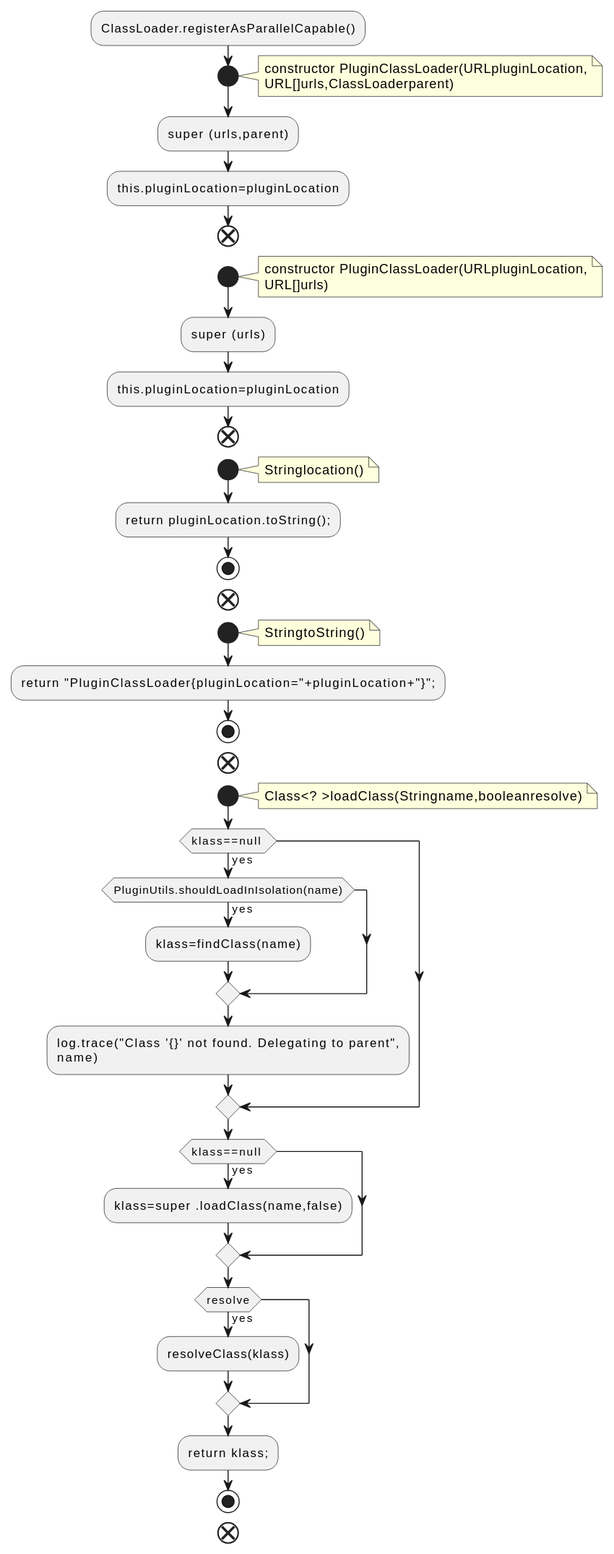
The PlantUML diagram docs/qc/connect/runtime/src/main/java/org/apache/kafka/connect/runtime/isolation/PluginClassLoader.java.fct.svg in qualitesys/kafka, before a commit.
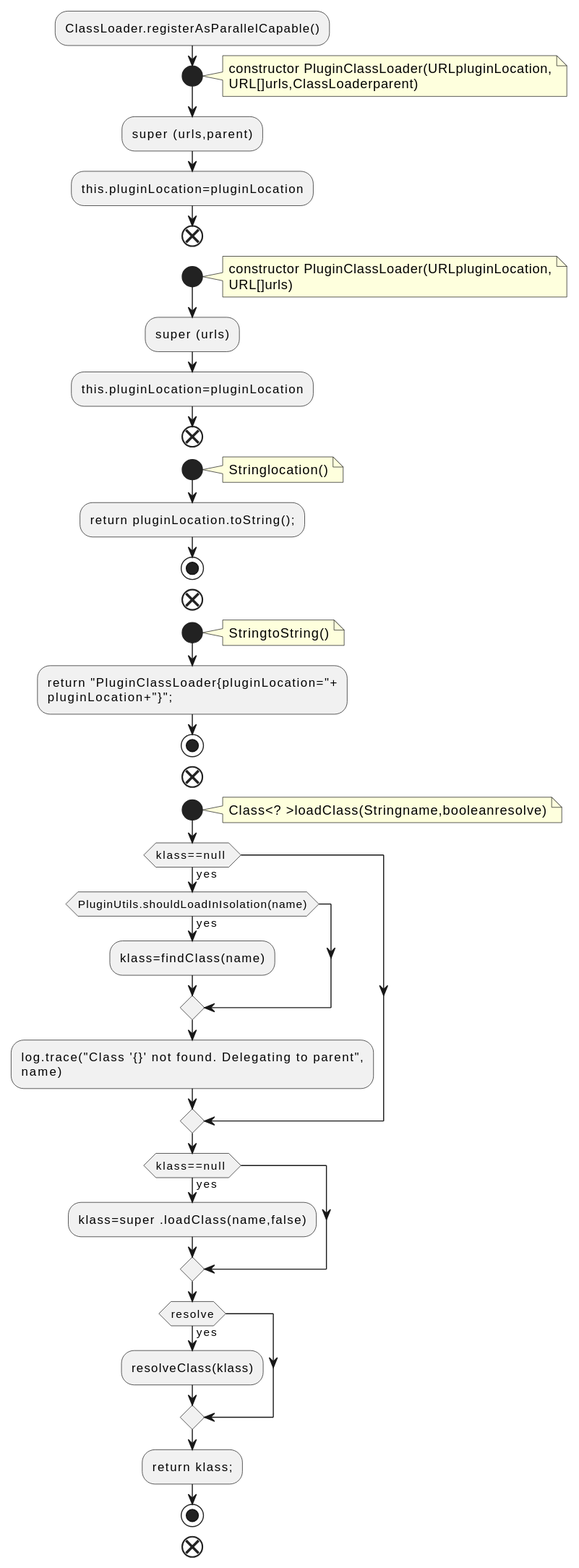
Above is the later version.

What changed in the source:
```diff
@@ -28,7 +28,8 @@
 note right
 StringtoString()
 end note
-:return "PluginClassLoader{pluginLocation="+pluginLocation+"}";;
+:return "PluginClassLoader{pluginLocation="+
+pluginLocation+"}";;
 stop
 end
 start
```
